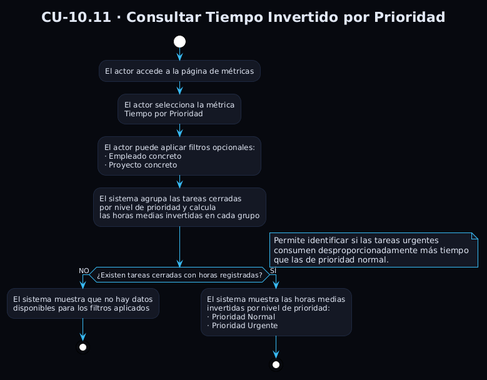
Above: Estudiantes/cesar-garcia-eguiguren/Capítulo-2/imagenes/CdU/metricas/flujoCU10.11.png in ceesargaarcia/GII-TFG-2026 (PlantUML), before the change. The source it was exported from:
```plantuml
@startuml
!theme plain
skinparam backgroundColor #07090F
skinparam defaultFontColor #E2E8F5
skinparam ArrowColor #38BDF8
skinparam ActivityBorderColor #1E2840
skinparam ActivityBackgroundColor #141824
skinparam ActivityDiamondBackgroundColor #0D1018
skinparam ActivityDiamondBorderColor #38BDF8
skinparam NoteBackgroundColor #141824
skinparam NoteBorderColor #38BDF8
title CU-10.11 · Consultar Tiempo Invertido por Prioridad

start
:El actor accede a la página de métricas;
:El actor selecciona la métrica
Tiempo por Prioridad;
:El actor puede aplicar filtros opcionales:
· Empleado concreto
· Proyecto concreto;

:El sistema agrupa las tareas cerradas
por nivel de prioridad y calcula
las horas medias invertidas en cada grupo;

if (¿Existen tareas cerradas con horas registradas?) then (NO)
  :El sistema muestra que no hay datos
  disponibles para los filtros aplicados;
  stop
else (SÍ)
  :El sistema muestra las horas medias
  invertidas por nivel de prioridad:
  · Prioridad Normal
  · Prioridad Urgente;
  stop
endif

note right
  Permite identificar si las tareas urgentes
  consumen desproporcionadamente más tiempo
  que las de prioridad normal.
end note
@enduml
```
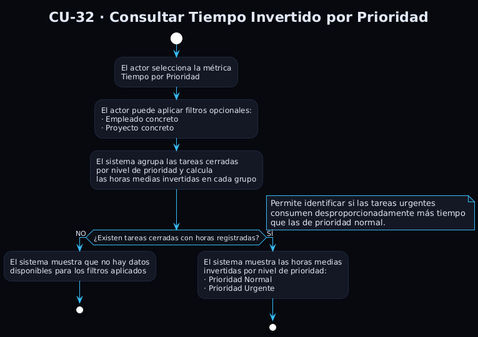
The same file after the commit.

What changed in the source:
```diff
@@ -9,10 +9,9 @@
 skinparam ActivityDiamondBorderColor #38BDF8
 skinparam NoteBackgroundColor #141824
 skinparam NoteBorderColor #38BDF8
-title CU-10.11 · Consultar Tiempo Invertido por Prioridad
+title CU-32 · Consultar Tiempo Invertido por Prioridad
 
 start
-:El actor accede a la página de métricas;
 :El actor selecciona la métrica
 Tiempo por Prioridad;
 :El actor puede aplicar filtros opcionales:
```
